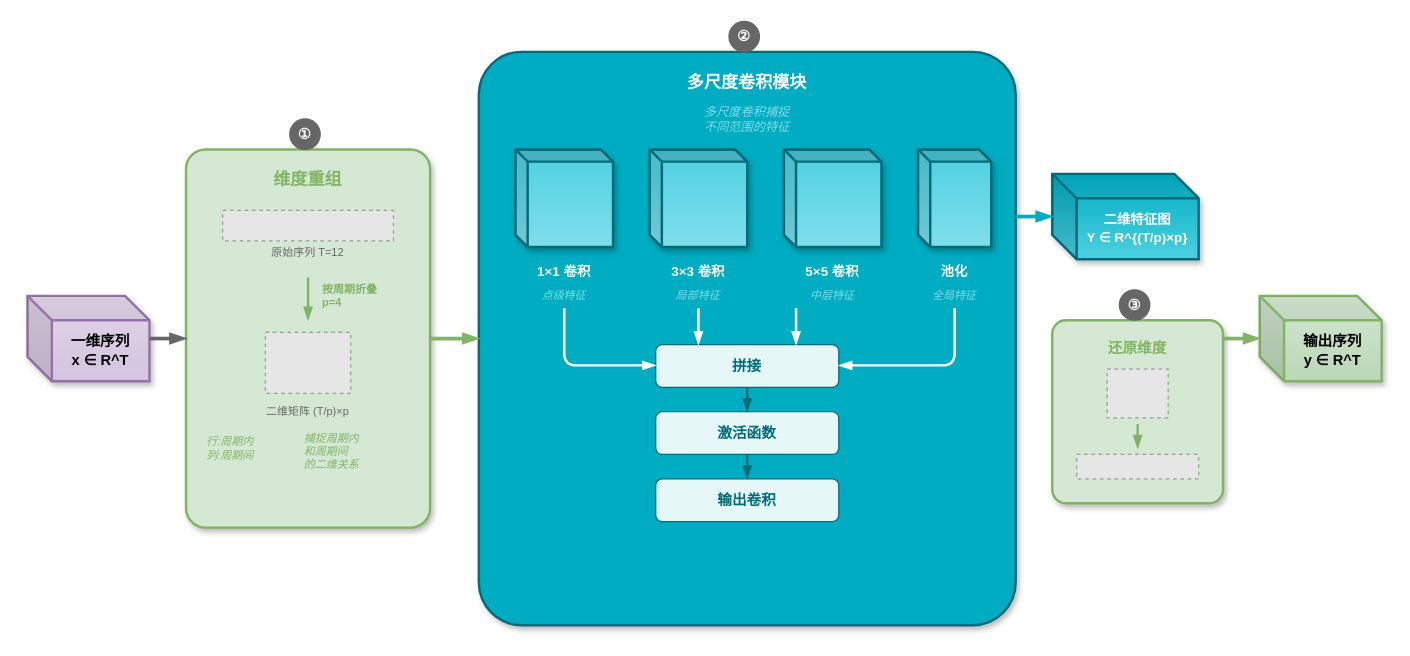
This is code/figures/architecture/fig_2d_conv_inception.drawio from sheldon123z/Rural-Low-Voltage-Detection, a draw.io file, before an edit. Source tidied: cells renumbered, new cells numbered last; positions are measured from the earlier drawing's top-left corner, leaving out a move shared by most shapes. Both pictures are drawn from the tidied source at 122%, with x=0, y=0 at pixel (27, 21). Pictures stored in the file or linked from it are replaced by grey dashed boxes.
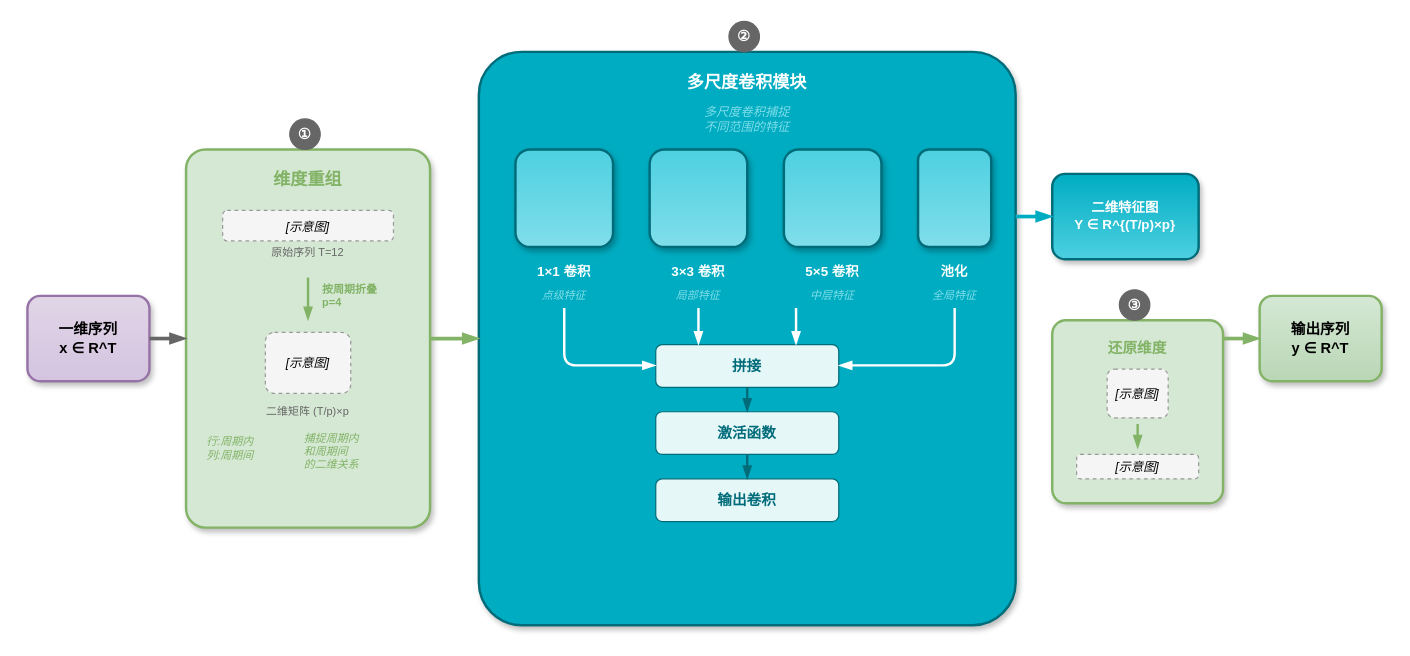
After the change.

The edit, as a diff of the source:
```diff
@@
-    <mxCell id="2" value="一维序列&lt;br&gt;x ∈ R^T" style="shape=cube;whiteSpace=wrap;html=1;boundedLbl=1;backgroundOutline=1;darkOpacity=0.05;darkOpacity2=0.1;fillColor=#e1d5e7;strokeColor=#9673a6;fontSize=12;fontStyle=1;shadow=1;gradientColor=#d4c4e0;strokeWidth=2;" parent="1" vertex="1">
+    <mxCell id="2" value="一维序列&lt;br&gt;x ∈ R^T" style="rounded=1;whiteSpace=wrap;html=1;fillColor=#e1d5e7;strokeColor=#9673a6;fontSize=12;fontStyle=1;shadow=1;gradientColor=#d4c4e0;strokeWidth=2;" parent="1" vertex="1">
       <mxGeometry y="225" width="100" height="70" as="geometry" />
     </mxCell>
@@
-    <mxCell id="5" style="fillColor=#E6E6E6;strokeColor=#999999;dashed=1;verticalLabelPosition=bottom;labelBackgroundColor=default;verticalAlign=top;" parent="1" vertex="1">
+    <mxCell id="5" value="[示意图]" style="rounded=1;whiteSpace=wrap;html=1;fillColor=#f5f5f5;strokeColor=#999999;fontSize=10;fontStyle=2;dashed=1;" parent="1" vertex="1">
       <mxGeometry x="160" y="155" width="140" height="25" as="geometry" />
     </mxCell>
@@
-    <mxCell id="9" style="fillColor=#E6E6E6;strokeColor=#999999;dashed=1;verticalLabelPosition=bottom;labelBackgroundColor=default;verticalAlign=top;" parent="1" vertex="1">
+    <mxCell id="9" value="[示意图]" style="rounded=1;whiteSpace=wrap;html=1;fillColor=#f5f5f5;strokeColor=#999999;fontSize=10;fontStyle=2;dashed=1;" parent="1" vertex="1">
       <mxGeometry x="195" y="255" width="70" height="50" as="geometry" />
     </mxCell>
@@
-    <mxCell id="15" style="shape=cube;whiteSpace=wrap;html=1;boundedLbl=1;backgroundOutline=1;darkOpacity=0.15;darkOpacity2=0.1;fillColor=#4dd0e1;strokeColor=#006C7A;shadow=1;gradientColor=#80deea;strokeWidth=2;size=10;" parent="1" vertex="1">
+    <mxCell id="15" style="rounded=1;whiteSpace=wrap;html=1;fillColor=#4dd0e1;strokeColor=#006C7A;shadow=1;gradientColor=#80deea;strokeWidth=2;size=10;" parent="1" vertex="1">
       <mxGeometry x="400" y="105" width="80" height="80" as="geometry" />
     </mxCell>
@@
-    <mxCell id="18" style="shape=cube;whiteSpace=wrap;html=1;boundedLbl=1;backgroundOutline=1;darkOpacity=0.15;darkOpacity2=0.1;fillColor=#4dd0e1;strokeColor=#006C7A;shadow=1;gradientColor=#80deea;strokeWidth=2;size=10;" parent="1" vertex="1">
+    <mxCell id="18" style="rounded=1;whiteSpace=wrap;html=1;fillColor=#4dd0e1;strokeColor=#006C7A;shadow=1;gradientColor=#80deea;strokeWidth=2;size=10;" parent="1" vertex="1">
       <mxGeometry x="510" y="105" width="80" height="80" as="geometry" />
     </mxCell>
@@
-    <mxCell id="21" style="shape=cube;whiteSpace=wrap;html=1;boundedLbl=1;backgroundOutline=1;darkOpacity=0.15;darkOpacity2=0.1;fillColor=#4dd0e1;strokeColor=#006C7A;shadow=1;gradientColor=#80deea;strokeWidth=2;size=10;" parent="1" vertex="1">
+    <mxCell id="21" style="rounded=1;whiteSpace=wrap;html=1;fillColor=#4dd0e1;strokeColor=#006C7A;shadow=1;gradientColor=#80deea;strokeWidth=2;size=10;" parent="1" vertex="1">
       <mxGeometry x="620" y="105" width="80" height="80" as="geometry" />
     </mxCell>
@@
-    <mxCell id="24" style="shape=cube;whiteSpace=wrap;html=1;boundedLbl=1;backgroundOutline=1;darkOpacity=0.15;darkOpacity2=0.1;fillColor=#4dd0e1;strokeColor=#006C7A;shadow=1;gradientColor=#80deea;strokeWidth=2;size=10;" parent="1" vertex="1">
+    <mxCell id="24" style="rounded=1;whiteSpace=wrap;html=1;fillColor=#4dd0e1;strokeColor=#006C7A;shadow=1;gradientColor=#80deea;strokeWidth=2;size=10;" parent="1" vertex="1">
       <mxGeometry x="730" y="105" width="60" height="80" as="geometry" />
     </mxCell>
@@
-    <mxCell id="37" value="二维特征图&lt;br&gt;Y ∈ R^{(T/p)×p}" style="shape=cube;whiteSpace=wrap;html=1;boundedLbl=1;backgroundOutline=1;darkOpacity=0.05;darkOpacity2=0.1;fillColor=#00ACC1;strokeColor=#006C7A;fontSize=11;fontStyle=1;shadow=1;gradientColor=#4dd0e1;strokeWidth=2;fontColor=#ffffff;" parent="1" vertex="1">
+    <mxCell id="37" value="二维特征图&lt;br&gt;Y ∈ R^{(T/p)×p}" style="rounded=1;whiteSpace=wrap;html=1;fillColor=#00ACC1;strokeColor=#006C7A;fontSize=11;fontStyle=1;shadow=1;gradientColor=#4dd0e1;strokeWidth=2;fontColor=#ffffff;" parent="1" vertex="1">
       <mxGeometry x="840" y="125" width="120" height="70" as="geometry" />
     </mxCell>
@@
-    <mxCell id="40" style="fillColor=#E6E6E6;strokeColor=#999999;dashed=1;verticalLabelPosition=bottom;labelBackgroundColor=default;verticalAlign=top;" parent="1" vertex="1">
+    <mxCell id="40" value="[示意图]" style="rounded=1;whiteSpace=wrap;html=1;fillColor=#f5f5f5;strokeColor=#999999;fontSize=10;fontStyle=2;dashed=1;" parent="1" vertex="1">
       <mxGeometry x="885" y="285" width="50" height="40" as="geometry" />
     </mxCell>
@@
-    <mxCell id="42" style="fillColor=#E6E6E6;strokeColor=#999999;dashed=1;verticalLabelPosition=bottom;labelBackgroundColor=default;verticalAlign=top;" parent="1" vertex="1">
+    <mxCell id="42" value="[示意图]" style="rounded=1;whiteSpace=wrap;html=1;fillColor=#f5f5f5;strokeColor=#999999;fontSize=10;fontStyle=2;dashed=1;" parent="1" vertex="1">
       <mxGeometry x="860" y="355" width="100" height="20" as="geometry" />
     </mxCell>
-    <mxCell id="43" value="输出序列&lt;br&gt;y ∈ R^T" style="shape=cube;whiteSpace=wrap;html=1;boundedLbl=1;backgroundOutline=1;darkOpacity=0.05;darkOpacity2=0.1;fillColor=#d5e8d4;strokeColor=#82b366;fontSize=12;fontStyle=1;shadow=1;gradientColor=#b9d6b5;strokeWidth=2;" parent="1" vertex="1">
+    <mxCell id="43" value="输出序列&lt;br&gt;y ∈ R^T" style="rounded=1;whiteSpace=wrap;html=1;fillColor=#d5e8d4;strokeColor=#82b366;fontSize=12;fontStyle=1;shadow=1;gradientColor=#b9d6b5;strokeWidth=2;" parent="1" vertex="1">
       <mxGeometry x="1010" y="225" width="100" height="70" as="geometry" />
     </mxCell>
```
